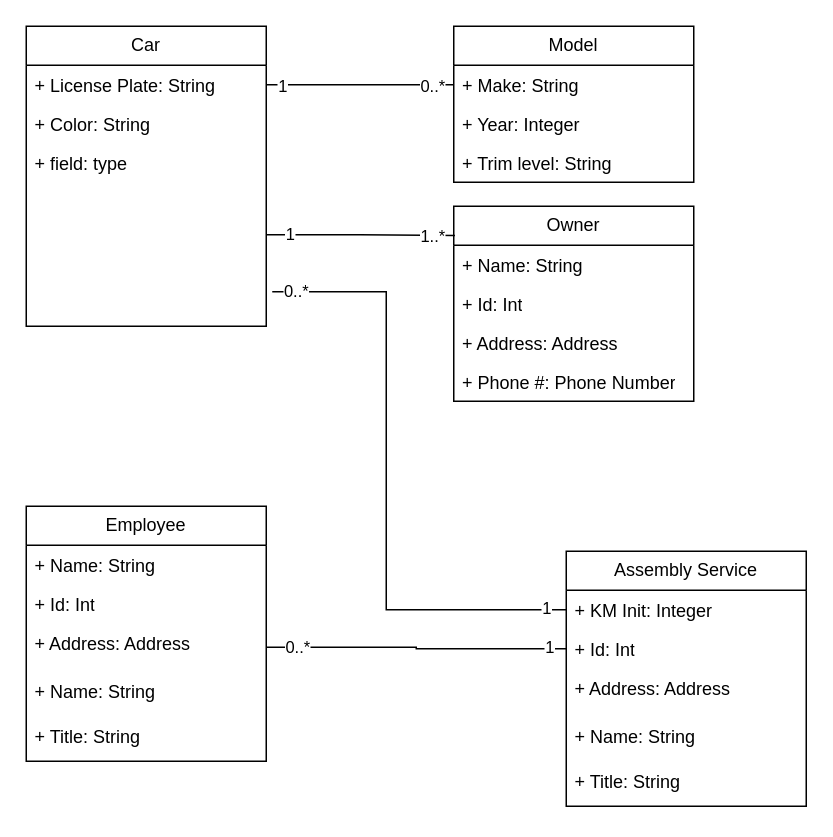
Before: 4314ass1parta.drawio in DylanBriSmith/4313Drawings, a draw.io diagram. Source tidied: cells renumbered, new cells numbered last; positions are measured from the earlier drawing's top-left corner, leaving out a move shared by most shapes. Both pictures are drawn from the tidied source at 150%, with x=0, y=0 at pixel (26, 26).
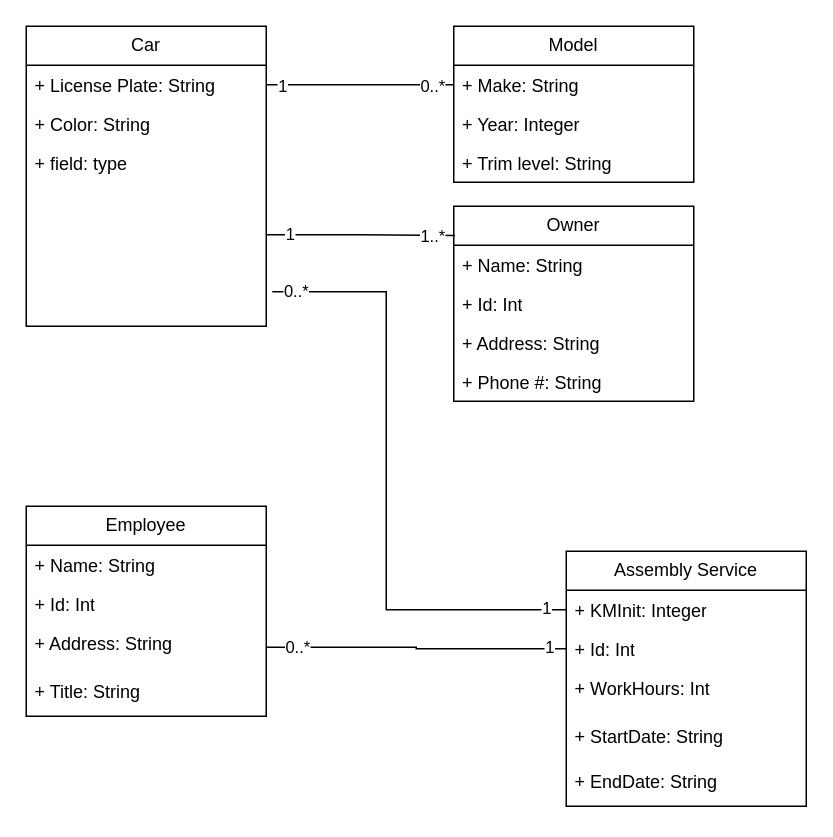
After the change.

Unchanged cells that the change refers to:
```xml
<mxCell id="13" value="Owner" style="swimlane;fontStyle=0;horizontal=1;startSize=26;fillColor=none;whiteSpace=wrap;html=1;" parent="1" vertex="1">
  <mxGeometry x="285" y="120" width="160" height="130" as="geometry" />
</mxCell>
<mxCell id="26" value="Assembly Service" style="swimlane;fontStyle=0;horizontal=1;startSize=26;fillColor=none;whiteSpace=wrap;html=1;" parent="1" vertex="1">
  <mxGeometry x="360" y="350" width="160" height="170" as="geometry" />
</mxCell>
```

The edit, as a diff of the source:
```diff
@@
-    <mxCell id="16" value="+ Address: Address" style="text;strokeColor=none;fillColor=none;align=left;verticalAlign=top;spacingLeft=4;spacingRight=4;overflow=hidden;whiteSpace=wrap;html=1;" parent="13" vertex="1">
+    <mxCell id="16" value="+ Address: String" style="text;strokeColor=none;fillColor=none;align=left;verticalAlign=top;spacingLeft=4;spacingRight=4;overflow=hidden;whiteSpace=wrap;html=1;" parent="13" vertex="1">
       <mxGeometry y="78" width="160" height="52" as="geometry" />
     </mxCell>
-    <mxCell id="17" value="+ Phone #: Phone Number" style="text;strokeColor=none;fillColor=none;align=left;verticalAlign=top;spacingLeft=4;spacingRight=4;overflow=hidden;whiteSpace=wrap;html=1;" parent="1" vertex="1">
+    <mxCell id="17" value="+ Phone #: String" style="text;strokeColor=none;fillColor=none;align=left;verticalAlign=top;spacingLeft=4;spacingRight=4;overflow=hidden;whiteSpace=wrap;html=1;" parent="1" vertex="1">
       <mxGeometry x="285" y="224" width="160" height="26" as="geometry" />
     </mxCell>
@@
     <mxCell id="20" value="Employee" style="swimlane;fontStyle=0;horizontal=1;startSize=26;fillColor=none;whiteSpace=wrap;html=1;" parent="1" vertex="1">
-      <mxGeometry y="320" width="160" height="170" as="geometry" />
+      <mxGeometry y="320" width="160" height="140" as="geometry" />
     </mxCell>
@@
-    <mxCell id="23" value="+ Address: Address" style="text;strokeColor=none;fillColor=none;align=left;verticalAlign=top;spacingLeft=4;spacingRight=4;overflow=hidden;points=[[0,0.5],[1,0.5]];portConstraint=eastwest;whiteSpace=wrap;html=1;" parent="20" vertex="1">
+    <mxCell id="23" value="+ Address: String" style="text;strokeColor=none;fillColor=none;align=left;verticalAlign=top;spacingLeft=4;spacingRight=4;overflow=hidden;points=[[0,0.5],[1,0.5]];portConstraint=eastwest;whiteSpace=wrap;html=1;" parent="20" vertex="1">
       <mxGeometry y="78" width="160" height="32" as="geometry" />
     </mxCell>
-    <mxCell id="24" value="+ Name: String" style="text;strokeColor=none;fillColor=none;align=left;verticalAlign=top;spacingLeft=4;spacingRight=4;overflow=hidden;whiteSpace=wrap;html=1;" parent="20" vertex="1">
-      <mxGeometry y="110" width="160" height="30" as="geometry" />
-    </mxCell>
     <mxCell id="25" value="+ Title: String" style="text;strokeColor=none;fillColor=none;align=left;verticalAlign=top;spacingLeft=4;spacingRight=4;overflow=hidden;whiteSpace=wrap;html=1;" parent="20" vertex="1">
-      <mxGeometry y="140" width="160" height="30" as="geometry" />
+      <mxGeometry y="110" width="160" height="30" as="geometry" />
     </mxCell>
@@
-    <mxCell id="27" value="+ KM Init: Integer" style="text;strokeColor=none;fillColor=none;align=left;verticalAlign=top;spacingLeft=4;spacingRight=4;overflow=hidden;points=[[0,0.5],[1,0.5]];portConstraint=eastwest;whiteSpace=wrap;html=1;" parent="26" vertex="1">
+    <mxCell id="27" value="+ KMInit: Integer" style="text;strokeColor=none;fillColor=none;align=left;verticalAlign=top;spacingLeft=4;spacingRight=4;overflow=hidden;points=[[0,0.5],[1,0.5]];portConstraint=eastwest;whiteSpace=wrap;html=1;" parent="26" vertex="1">
       <mxGeometry y="26" width="160" height="26" as="geometry" />
     </mxCell>
@@
-    <mxCell id="29" value="+ Address: Address" style="text;strokeColor=none;fillColor=none;align=left;verticalAlign=top;spacingLeft=4;spacingRight=4;overflow=hidden;whiteSpace=wrap;html=1;" parent="26" vertex="1">
+    <mxCell id="29" value="+ WorkHours: Int" style="text;strokeColor=none;fillColor=none;align=left;verticalAlign=top;spacingLeft=4;spacingRight=4;overflow=hidden;whiteSpace=wrap;html=1;" parent="26" vertex="1">
       <mxGeometry y="78" width="160" height="32" as="geometry" />
     </mxCell>
-    <mxCell id="30" value="+ Name: String" style="text;strokeColor=none;fillColor=none;align=left;verticalAlign=top;spacingLeft=4;spacingRight=4;overflow=hidden;whiteSpace=wrap;html=1;" parent="26" vertex="1">
-      <mxGeometry y="110" width="160" height="30" as="geometry" />
-    </mxCell>
-    <mxCell id="31" value="+ Title: String" style="text;strokeColor=none;fillColor=none;align=left;verticalAlign=top;spacingLeft=4;spacingRight=4;overflow=hidden;whiteSpace=wrap;html=1;" parent="26" vertex="1">
-      <mxGeometry y="140" width="160" height="30" as="geometry" />
+    <mxCell id="31" value="+ StartDate: String&lt;div&gt;&lt;br&gt;&lt;/div&gt;" style="text;strokeColor=none;fillColor=none;align=left;verticalAlign=top;spacingLeft=4;spacingRight=4;overflow=hidden;whiteSpace=wrap;html=1;" parent="26" vertex="1">
+      <mxGeometry y="110" width="160" height="30" as="geometry" />
     </mxCell>
+    <mxCell id="38" value="+ EndDate: String&lt;div&gt;&lt;br&gt;&lt;/div&gt;" style="text;strokeColor=none;fillColor=none;align=left;verticalAlign=top;spacingLeft=4;spacingRight=4;overflow=hidden;whiteSpace=wrap;html=1;" parent="26" vertex="1">
+      <mxGeometry y="140" width="160" height="30" as="geometry" />
+    </mxCell>
```
